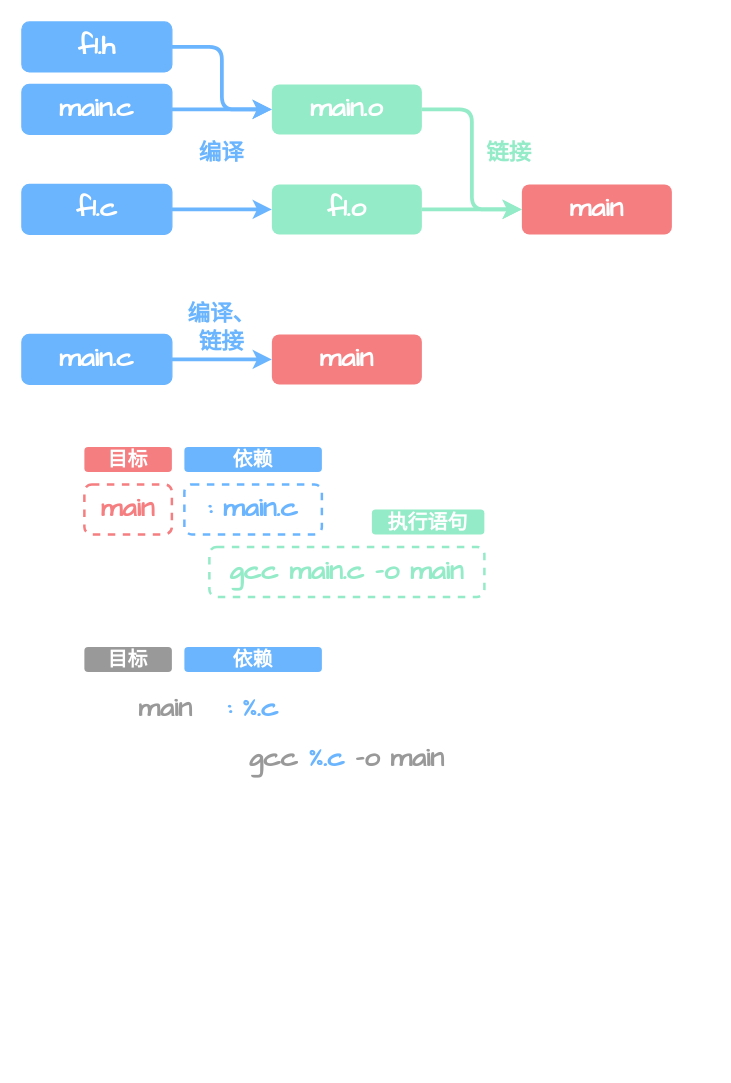
Above: C Program/drawio/Makefile.drawio in FerostMask/Jotting-Down (draw.io), before the change. Source tidied: cells renumbered, new cells numbered last; positions are measured from the earlier drawing's top-left corner, leaving out a move shared by most shapes. Both pictures are drawn from the tidied source at 125%, with x=0, y=0 at pixel (21, 21).
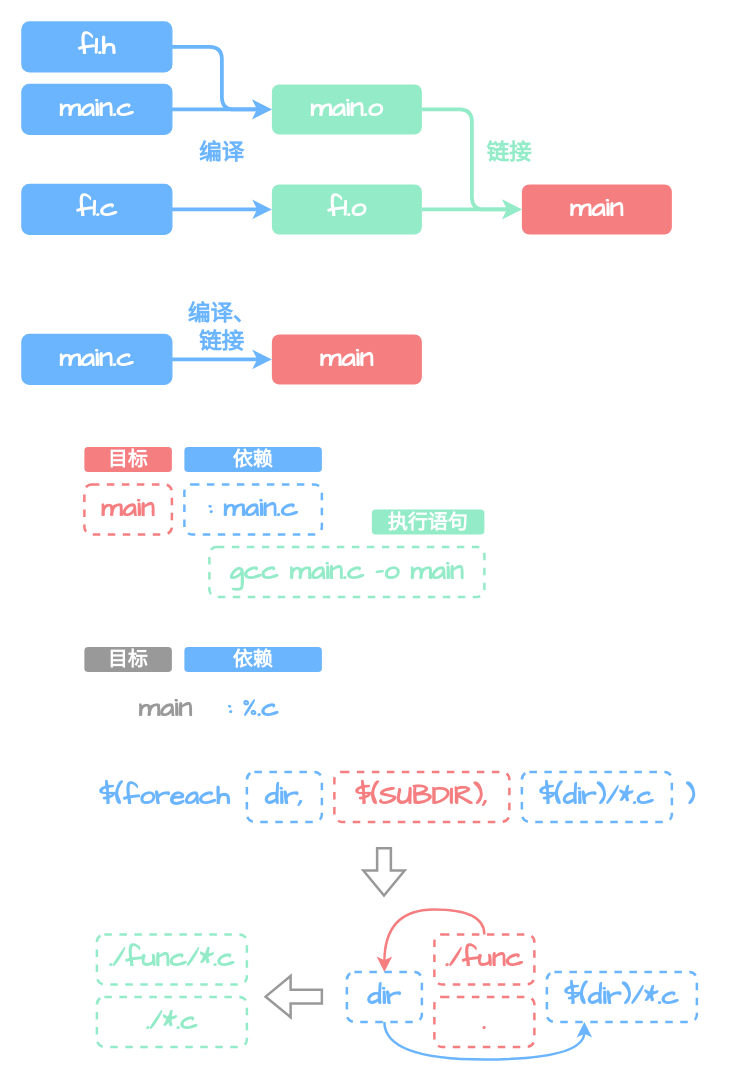
After the change.

What changed in the source:
```diff
@@
-    <mxCell id="27" value="gcc &lt;font color=&quot;#6bb5ff&quot;&gt;%.c&lt;/font&gt; -o main" style="rounded=1;whiteSpace=wrap;html=1;fillColor=none;strokeColor=none;fontStyle=1;fontFamily=Comic Sans MS;fontSize=22;fontColor=#999999;dashed=1;strokeWidth=2;" parent="1" vertex="1">
-      <mxGeometry x="150" y="570" width="220" height="40" as="geometry" />
-    </mxCell>
@@
+    <mxCell id="30" value="&amp;nbsp;$(foreach" style="rounded=1;whiteSpace=wrap;html=1;fillColor=none;strokeColor=none;fontStyle=1;fontFamily=Comic Sans MS;fontSize=22;fontColor=#6BB5FF;dashed=1;strokeWidth=2;align=center;" parent="1" vertex="1">
+      <mxGeometry x="50" y="600" width="120" height="40" as="geometry" />
+    </mxCell>
+    <mxCell id="31" value="dir," style="rounded=1;whiteSpace=wrap;html=1;fillColor=none;strokeColor=#6BB5FF;fontStyle=1;fontFamily=Comic Sans MS;fontSize=22;fontColor=#6BB5FF;dashed=1;strokeWidth=2;" parent="1" vertex="1">
+      <mxGeometry x="180" y="600" width="60" height="40" as="geometry" />
+    </mxCell>
+    <mxCell id="32" value="$(SUBDIR)," style="rounded=1;whiteSpace=wrap;html=1;fillColor=none;strokeColor=#F57E80;fontStyle=1;fontFamily=Comic Sans MS;fontSize=22;fontColor=#F57E80;dashed=1;strokeWidth=2;" parent="1" vertex="1">
+      <mxGeometry x="250" y="600" width="140" height="40" as="geometry" />
+    </mxCell>
+    <mxCell id="33" value="$(dir)/*.c" style="rounded=1;whiteSpace=wrap;html=1;fillColor=none;strokeColor=#6BB5FF;fontStyle=1;fontFamily=Comic Sans MS;fontSize=22;fontColor=#6BB5FF;dashed=1;strokeWidth=2;" parent="1" vertex="1">
+      <mxGeometry x="400" y="600" width="120" height="40" as="geometry" />
+    </mxCell>
+    <mxCell id="34" value=")" style="rounded=1;whiteSpace=wrap;html=1;fillColor=none;strokeColor=none;fontStyle=1;fontFamily=Comic Sans MS;fontSize=22;fontColor=#6BB5FF;dashed=1;strokeWidth=2;align=center;" parent="1" vertex="1">
+      <mxGeometry x="520" y="600" width="30" height="40" as="geometry" />
+    </mxCell>
+    <mxCell id="35" style="edgeStyle=orthogonalEdgeStyle;rounded=0;jettySize=auto;html=1;exitX=0.5;exitY=0;exitDx=0;exitDy=0;entryX=0.5;entryY=0;entryDx=0;entryDy=0;curved=1;strokeWidth=2;strokeColor=#F57E80;" parent="1" edge="1" source="36" target="38">
+      <mxGeometry relative="1" as="geometry" />
+    </mxCell>
+    <mxCell id="36" value="./func" style="rounded=1;whiteSpace=wrap;html=1;fillColor=none;strokeColor=#F57E80;fontStyle=1;fontFamily=Comic Sans MS;fontSize=22;fontColor=#F57E80;dashed=1;strokeWidth=2;" parent="1" vertex="1">
+      <mxGeometry x="330" y="730" width="80" height="40" as="geometry" />
+    </mxCell>
+    <mxCell id="37" style="edgeStyle=orthogonalEdgeStyle;curved=1;rounded=0;jettySize=auto;html=1;exitX=0.5;exitY=1;exitDx=0;exitDy=0;entryX=0.25;entryY=1;entryDx=0;entryDy=0;strokeColor=#6BB5FF;strokeWidth=2;" parent="1" edge="1" source="38" target="39">
+      <mxGeometry relative="1" as="geometry">
+        <Array as="points">
+          <mxPoint x="290" y="830.1" />
+          <mxPoint x="450" y="830.1" />
+        </Array>
+      </mxGeometry>
+    </mxCell>
+    <mxCell id="38" value="dir" style="rounded=1;whiteSpace=wrap;html=1;fillColor=none;strokeColor=#6BB5FF;fontStyle=1;fontFamily=Comic Sans MS;fontSize=22;fontColor=#6BB5FF;dashed=1;strokeWidth=2;" parent="1" vertex="1">
+      <mxGeometry x="260" y="760.1" width="60" height="40" as="geometry" />
+    </mxCell>
+    <mxCell id="39" value="$(dir)/*.c" style="rounded=1;whiteSpace=wrap;html=1;fillColor=none;strokeColor=#6BB5FF;fontStyle=1;fontFamily=Comic Sans MS;fontSize=22;fontColor=#6BB5FF;dashed=1;strokeWidth=2;" parent="1" vertex="1">
+      <mxGeometry x="420" y="760.1" width="120" height="40" as="geometry" />
+    </mxCell>
+    <mxCell id="40" style="shape=flexArrow;endArrow=classic;html=1;rounded=0;strokeColor=#999999;strokeWidth=2;" parent="1" edge="1">
+      <mxGeometry relative="1" as="geometry">
+        <mxPoint x="241" y="779.8" as="sourcePoint" />
+        <mxPoint x="194" y="779.8" as="targetPoint" />
+      </mxGeometry>
+    </mxCell>
+    <mxCell id="41" value="./func/*.c" style="rounded=1;whiteSpace=wrap;html=1;fillColor=none;strokeColor=#94EBC8;fontStyle=1;fontFamily=Comic Sans MS;fontSize=22;fontColor=#94EBC8;dashed=1;strokeWidth=2;" parent="1" vertex="1">
+      <mxGeometry x="60" y="730" width="120" height="40" as="geometry" />
+    </mxCell>
+    <mxCell id="42" value="." style="rounded=1;whiteSpace=wrap;html=1;fillColor=none;strokeColor=#F57E80;fontStyle=1;fontFamily=Comic Sans MS;fontSize=22;fontColor=#F57E80;dashed=1;strokeWidth=2;" parent="1" vertex="1">
+      <mxGeometry x="330" y="780" width="80" height="40" as="geometry" />
+    </mxCell>
+    <mxCell id="43" value="./*.c" style="rounded=1;whiteSpace=wrap;html=1;fillColor=none;strokeColor=#94EBC8;fontStyle=1;fontFamily=Comic Sans MS;fontSize=22;fontColor=#94EBC8;dashed=1;strokeWidth=2;" parent="1" vertex="1">
+      <mxGeometry x="60" y="780" width="120" height="40" as="geometry" />
+    </mxCell>
+    <mxCell id="44" style="shape=flexArrow;endArrow=classic;html=1;rounded=0;strokeColor=#999999;strokeWidth=2;" parent="1" edge="1">
+      <mxGeometry relative="1" as="geometry">
+        <mxPoint x="289.7" y="660" as="sourcePoint" />
+        <mxPoint x="289.7" y="699.9" as="targetPoint" />
+      </mxGeometry>
+    </mxCell>
```
